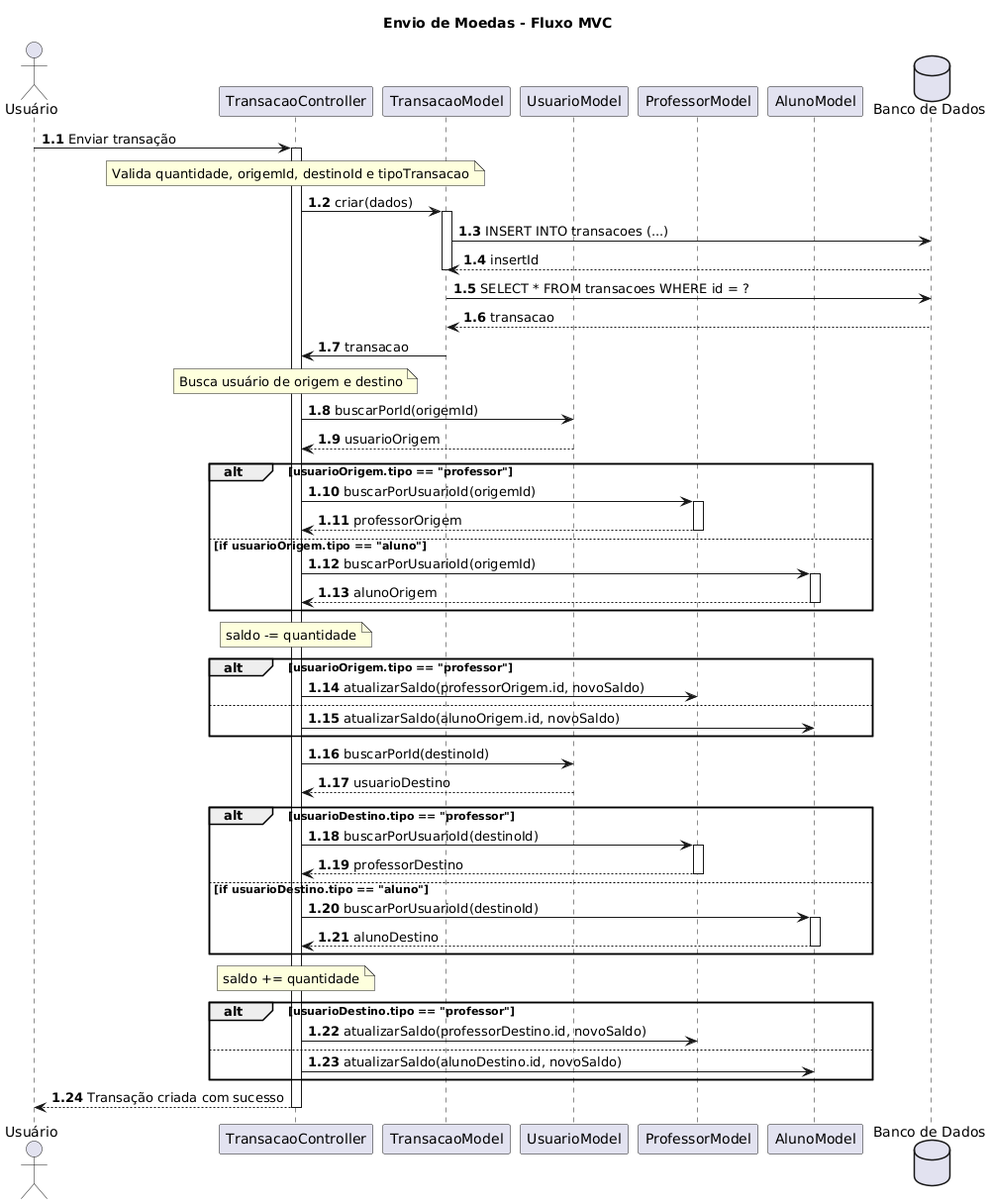
Before: project/img/DiagramaDeSequenciEnvioDeMoedas.png, a diagram exported from PlantUML (Eduuhms/LDS-Sistema-de-Moeda-Estudantil).
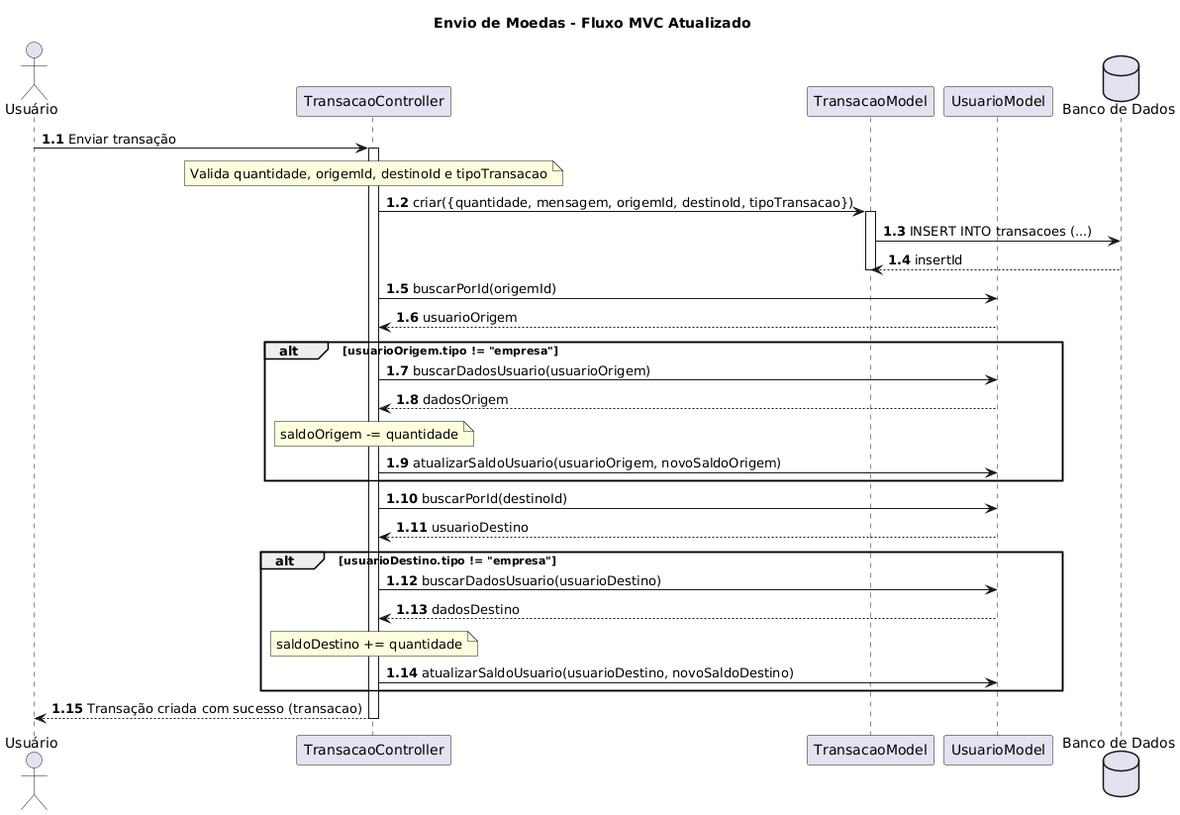
Later version of the same file.

Commit message:
arrumando diagrama de envio de chico moedas

Diff of the diagram source:
```diff
@@ -1,13 +1,11 @@
 @startuml
-title Envio de Moedas - Fluxo MVC
+title Envio de Moedas - Fluxo MVC Atualizado
 autonumber 1.1
 
 actor Usuário
 participant TransacaoController as Controller
 participant TransacaoModel as Transacao
 participant UsuarioModel as Usuario
-participant ProfessorModel as Professor
-participant AlunoModel as Aluno
 database "Banco de Dados" as DB
 
 Usuário -> Controller: Enviar transação
@@ -17,71 +15,40 @@
 Valida quantidade, origemId, destinoId e tipoTransacao
 end note
 
-Controller -> Transacao: criar(dados)
+Controller -> Transacao: criar({quantidade, mensagem, origemId, destinoId, tipoTransacao})
 activate Transacao
-
 Transacao -> DB: INSERT INTO transacoes (...)
 DB --> Transacao: insertId
 deactivate Transacao
 
-Transacao -> DB: SELECT * FROM transacoes WHERE id = ?
-DB --> Transacao: transacao
-Controller <- Transacao: transacao
-
-note over Controller
-Busca usuário de origem e destino
-end note
-
 Controller -> Usuario: buscarPorId(origemId)
 Usuario --> Controller: usuarioOrigem
 
-alt usuarioOrigem.tipo == "professor"
-    Controller -> Professor: buscarPorUsuarioId(origemId)
-    activate Professor
-    Professor --> Controller: professorOrigem
-    deactivate Professor
-else if usuarioOrigem.tipo == "aluno"
-    Controller -> Aluno: buscarPorUsuarioId(origemId)
-    activate Aluno
-    Aluno --> Controller: alunoOrigem
-    deactivate Aluno
-end
+alt usuarioOrigem.tipo != "empresa"
+    Controller -> Usuario: buscarDadosUsuario(usuarioOrigem)
+    Usuario --> Controller: dadosOrigem
 
-note over Controller
-saldo -= quantidade
-end note
+    note over Controller
+    saldoOrigem -= quantidade
+    end note
 
-alt usuarioOrigem.tipo == "professor"
-    Controller -> Professor: atualizarSaldo(professorOrigem.id, novoSaldo)
-else
-    Controller -> Aluno: atualizarSaldo(alunoOrigem.id, novoSaldo)
+    Controller -> Usuario: atualizarSaldoUsuario(usuarioOrigem, novoSaldoOrigem)
 end
 
 Controller -> Usuario: buscarPorId(destinoId)
 Usuario --> Controller: usuarioDestino
 
-alt usuarioDestino.tipo == "professor"
-    Controller -> Professor: buscarPorUsuarioId(destinoId)
-    activate Professor
-    Professor --> Controller: professorDestino
-    deactivate Professor
-else if usuarioDestino.tipo == "aluno"
-    Controller -> Aluno: buscarPorUsuarioId(destinoId)
-    activate Aluno
-    Aluno --> Controller: alunoDestino
-    deactivate Aluno
+alt usuarioDestino.tipo != "empresa"
+    Controller -> Usuario: buscarDadosUsuario(usuarioDestino)
+    Usuario --> Controller: dadosDestino
+
+    note over Controller
+    saldoDestino += quantidade
+    end note
+
+    Controller -> Usuario: atualizarSaldoUsuario(usuarioDestino, novoSaldoDestino)
 end
 
-note over Controller
-saldo += quantidade
-end note
-
-alt usuarioDestino.tipo == "professor"
-    Controller -> Professor: atualizarSaldo(professorDestino.id, novoSaldo)
-else
-    Controller -> Aluno: atualizarSaldo(alunoDestino.id, novoSaldo)
-end
-
-Controller --> Usuário: Transação criada com sucesso
+Controller --> Usuário: Transação criada com sucesso (transacao)
 deactivate Controller
 @enduml
```
